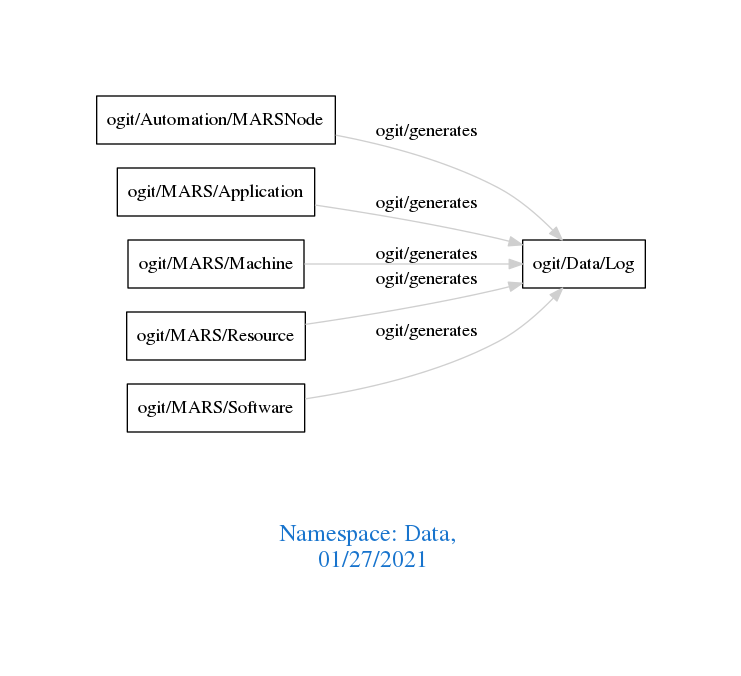
Above: downloads/Data.png in arago/OGIT (Graphviz), before the change. Its source is kept beside it as downloads/Data.dot.
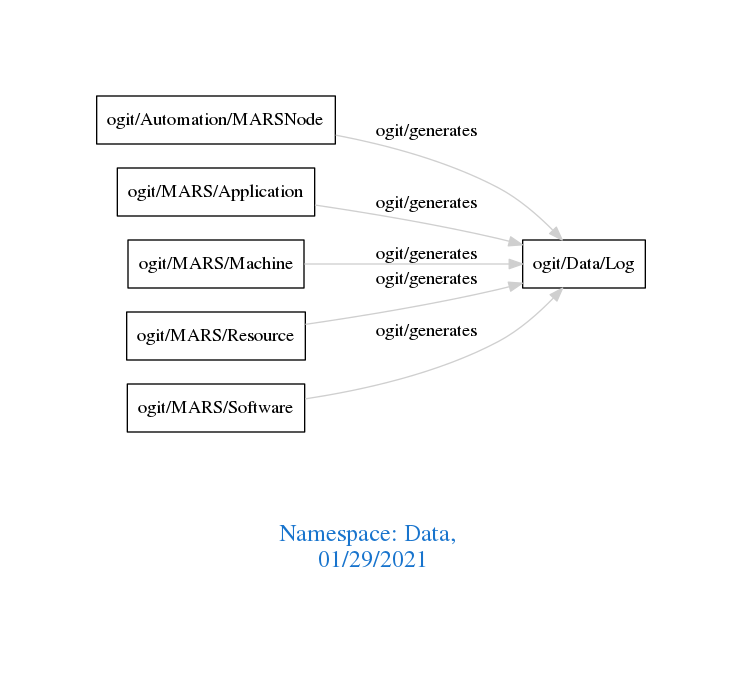
After the commit.

The edit, as a diff of the source:
```diff
@@ -1,7 +1,7 @@
 digraph OGIT_ontology {
  graph [ rankdir= LR,pad=1
 fontsize = 18,
-fontcolor= dodgerblue3,label = "\n\n\nNamespace: Data, \n 01/27/2021"];
+fontcolor= dodgerblue3,label = "\n\n\nNamespace: Data, \n 01/29/2021"];
 node[shape=polygon];
 edge [  color="gray81"];
 
```
